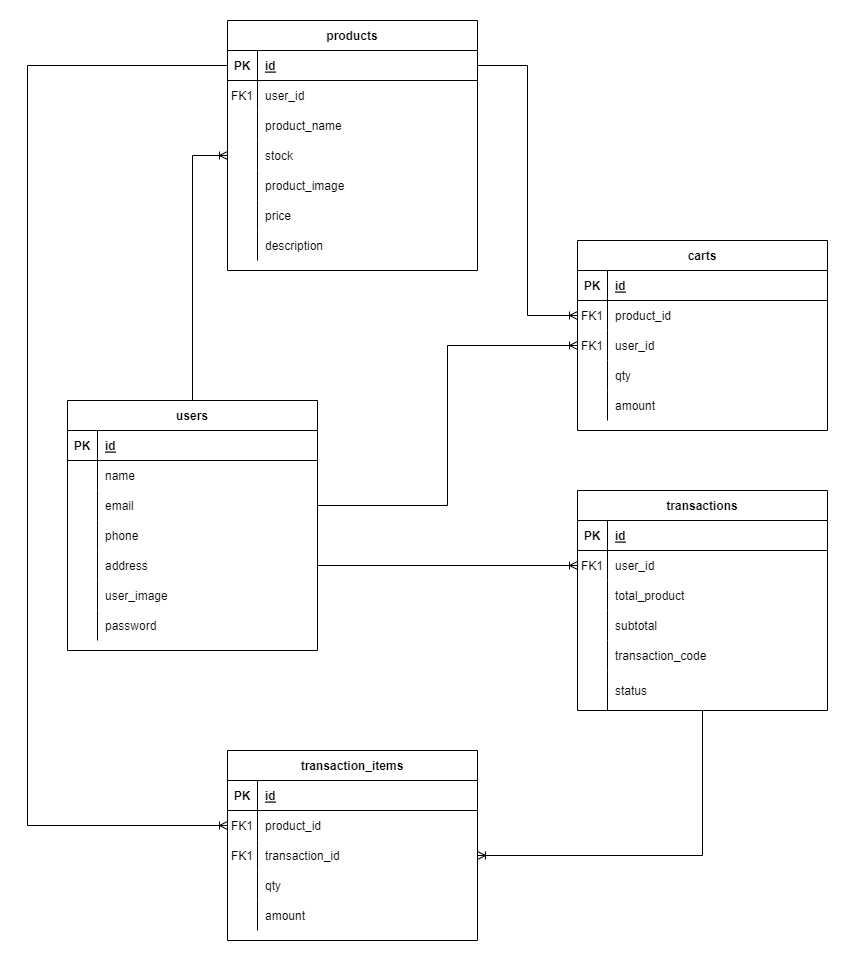
Earlier version of the draw.io export ERD.png (E-comerce-BE-FE/ecommerce). Source tidied: cells renumbered, new cells last; positions are measured from the earlier drawing's top-left corner, leaving out a move shared by most shapes.
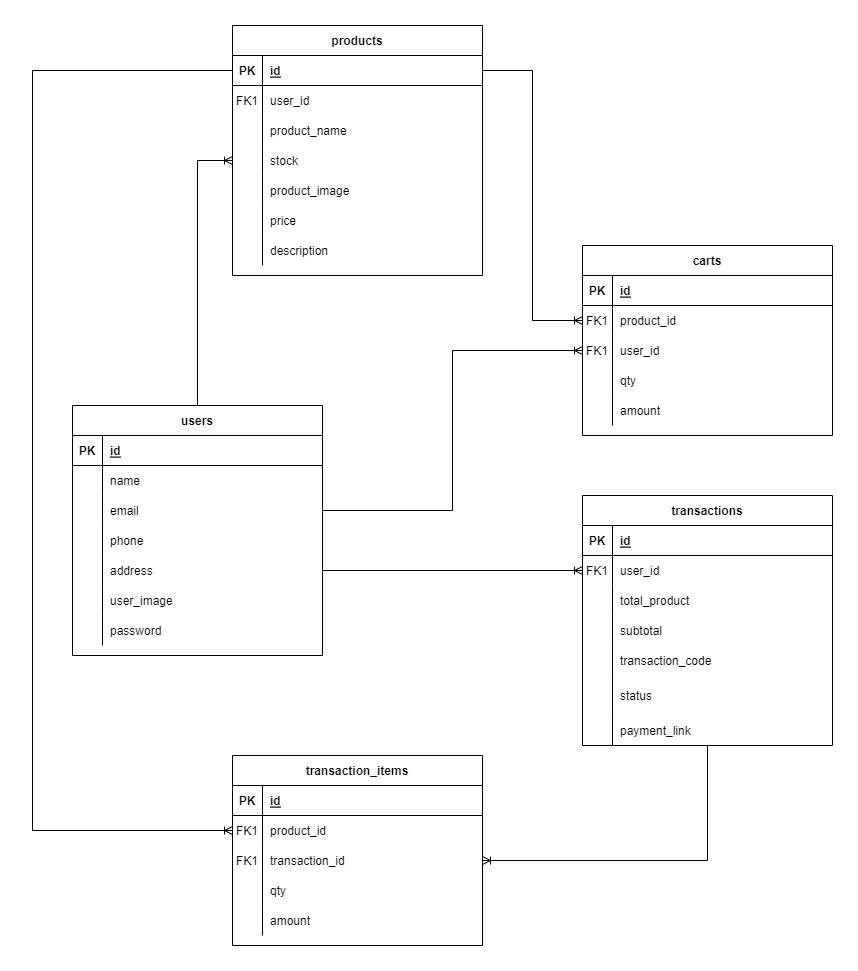
The same diagram one commit later.

Change to the diagram source:
```diff
@@ -69,7 +69,7 @@
       <mxGeometry x="30" width="220" height="30" as="geometry" />
     </mxCell>
     <mxCell id="24" value="transactions" style="shape=table;startSize=30;rowLines=0;fontStyle=1;align=center;" parent="1" vertex="1">
-      <mxGeometry x="550" y="470" width="250" height="220" as="geometry" />
+      <mxGeometry x="550" y="470" width="250" height="250" as="geometry" />
     </mxCell>
     <mxCell id="25" style="shape=partialRectangle;fillColor=none;top=0;left=0;right=0;bottom=1;" parent="24" vertex="1">
       <mxGeometry y="30" width="250" height="30" as="geometry" />
@@ -125,6 +125,15 @@
     <mxCell id="42" value="status" style="shape=partialRectangle;overflow=hidden;fillColor=none;top=0;left=0;bottom=0;right=0;align=left;spacingLeft=6;" parent="40" vertex="1">
       <mxGeometry x="30" width="220" height="40" as="geometry" />
     </mxCell>
+    <mxCell id="103" style="shape=partialRectangle;fillColor=none;top=0;left=0;right=0;bottom=0;" parent="24" vertex="1">
+      <mxGeometry y="220" width="250" height="30" as="geometry" />
+    </mxCell>
+    <mxCell id="104" style="shape=partialRectangle;overflow=hidden;fillColor=none;top=0;left=0;bottom=0;right=0;" parent="103" vertex="1">
+      <mxGeometry width="30" height="30" as="geometry" />
+    </mxCell>
+    <mxCell id="105" value="payment_link" style="shape=partialRectangle;overflow=hidden;fillColor=none;top=0;left=0;bottom=0;right=0;align=left;spacingLeft=6;" parent="103" vertex="1">
+      <mxGeometry x="30" width="220" height="30" as="geometry" />
+    </mxCell>
     <mxCell id="43" value="users" style="shape=table;startSize=30;rowLines=0;fontStyle=1;align=center;" parent="1" vertex="1">
       <mxGeometry x="40" y="380" width="250" height="250" as="geometry" />
     </mxCell>
```
